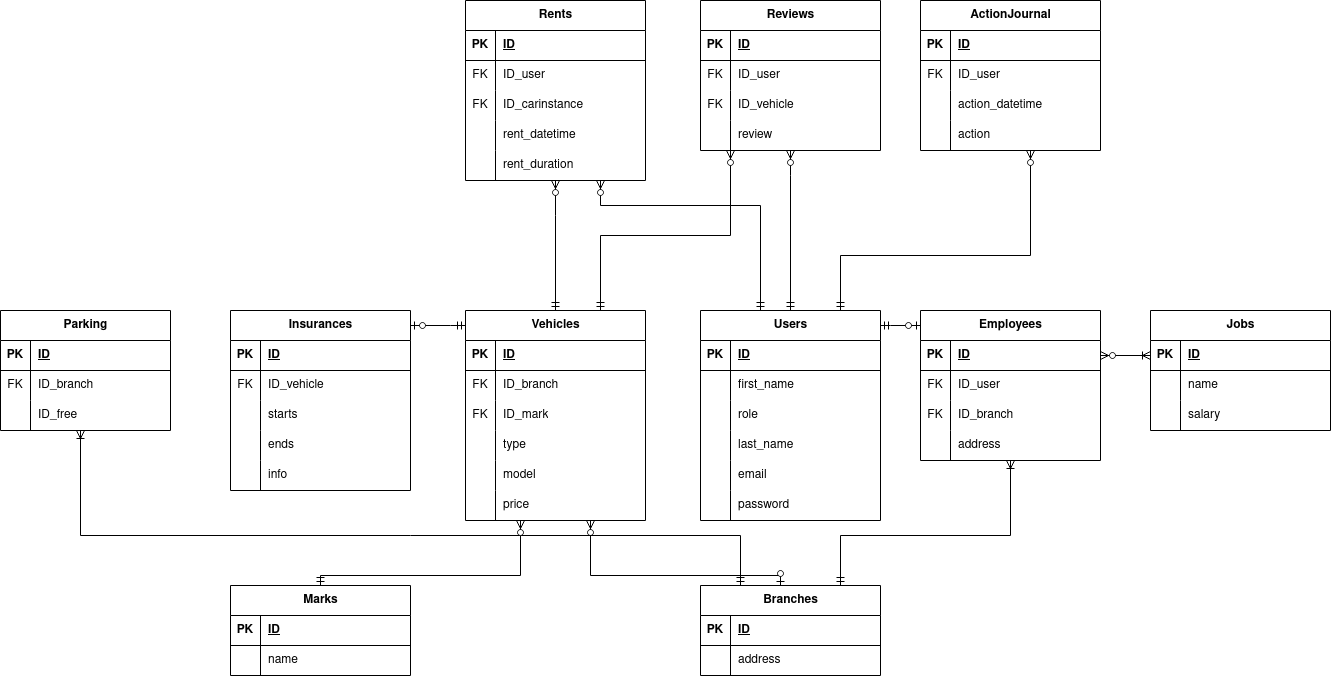
Earlier version of the draw.io export Entities.png (Ma3yTuK/CarRentDB). Source tidied: cells renumbered, new cells last; positions are measured from the earlier drawing's top-left corner, leaving out a move shared by most shapes.
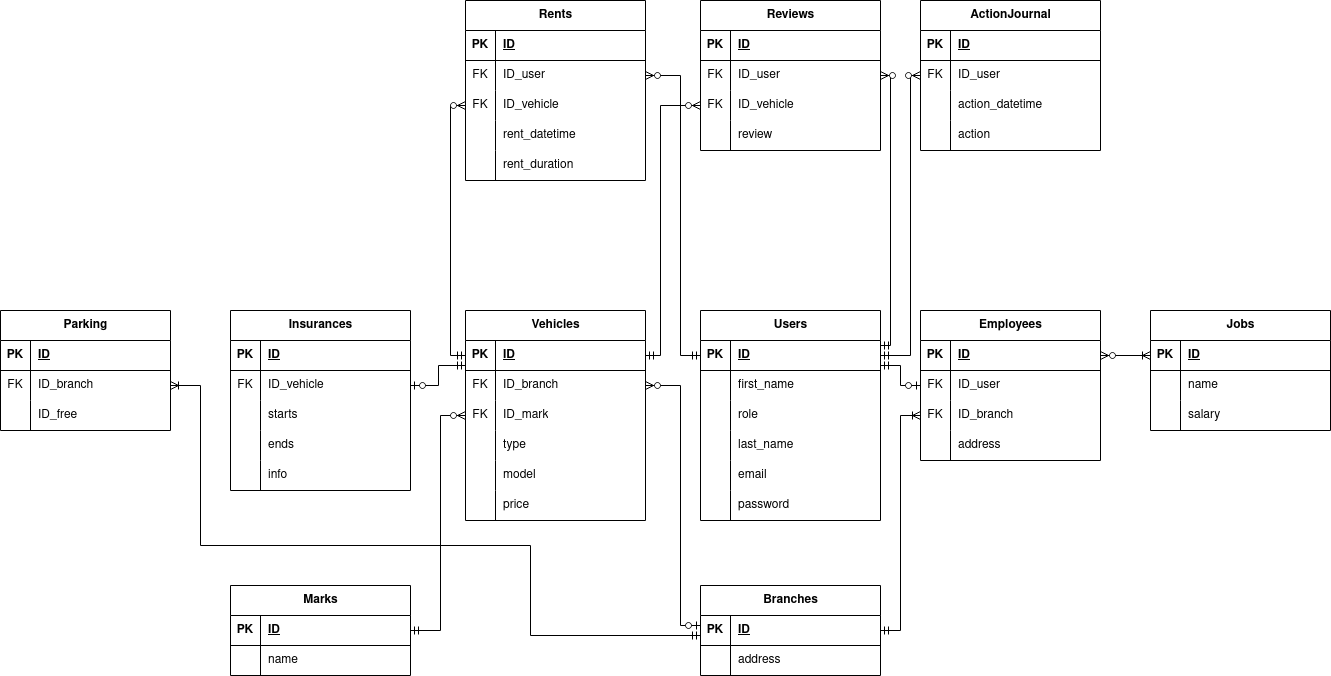
Later version of the same file.

The edit, as a diff of the source:
```diff
@@ -164,7 +164,7 @@
     <mxCell id="55" value="FK" style="shape=partialRectangle;fillColor=none;top=0;left=0;bottom=0;right=0;overflow=hidden;whiteSpace=wrap;html=1;" parent="54" vertex="1">
       <mxGeometry width="30" height="30" as="geometry" />
     </mxCell>
-    <mxCell id="56" value="ID_carinstance" style="shape=partialRectangle;fillColor=none;top=0;left=0;bottom=0;right=0;align=left;spacingLeft=6;overflow=hidden;whiteSpace=wrap;html=1;" parent="54" vertex="1">
+    <mxCell id="56" value="ID_vehicle" style="shape=partialRectangle;fillColor=none;top=0;left=0;bottom=0;right=0;align=left;spacingLeft=6;overflow=hidden;whiteSpace=wrap;html=1;" parent="54" vertex="1">
       <mxGeometry x="30" width="150" height="30" as="geometry" />
     </mxCell>
     <mxCell id="57" style="shape=tableRow;horizontal=0;startSize=0;swimlaneHead=0;swimlaneBody=0;fillColor=none;top=0;left=0;right=0;bottom=0;" parent="47" vertex="1">
@@ -272,27 +272,27 @@
     <mxCell id="91" value="ID_free" style="shape=partialRectangle;fillColor=none;top=0;left=0;bottom=0;right=0;align=left;spacingLeft=6;overflow=hidden;whiteSpace=wrap;html=1;" parent="89" vertex="1">
       <mxGeometry x="30" width="140" height="30" as="geometry" />
     </mxCell>
-    <mxCell id="92" style="fontSize=12;html=1;endArrow=ERzeroToMany;startArrow=ERmandOne;rounded=0;edgeStyle=orthogonalEdgeStyle;" parent="1" edge="1" source="15" target="60">
+    <mxCell id="92" style="fontSize=12;html=1;endArrow=ERzeroToMany;startArrow=ERmandOne;rounded=0;edgeStyle=orthogonalEdgeStyle;" parent="1" edge="1" source="16" target="51">
       <mxGeometry relative="1" as="geometry">
         <Array as="points">
-          <mxPoint x="760" y="205" />
-          <mxPoint x="600" y="205" />
+          <mxPoint x="680" y="355" />
+          <mxPoint x="680" y="75" />
         </Array>
       </mxGeometry>
     </mxCell>
-    <mxCell id="93" style="fontSize=12;html=1;endArrow=ERzeroToMany;startArrow=ERmandOne;rounded=0;edgeStyle=orthogonalEdgeStyle;" parent="1" edge="1" source="63" target="60">
+    <mxCell id="93" style="fontSize=12;html=1;endArrow=ERzeroToMany;startArrow=ERmandOne;rounded=0;edgeStyle=orthogonalEdgeStyle;" parent="1" edge="1" source="64" target="54">
       <mxGeometry relative="1" as="geometry">
         <Array as="points">
-          <mxPoint x="555" y="215" />
-          <mxPoint x="555" y="215" />
+          <mxPoint x="450" y="355" />
+          <mxPoint x="450" y="105" />
         </Array>
       </mxGeometry>
     </mxCell>
-    <mxCell id="94" style="fontSize=12;html=1;endArrow=ERzeroToMany;startArrow=ERmandOne;rounded=0;edgeStyle=orthogonalEdgeStyle;" parent="1" edge="1" source="15" target="44">
+    <mxCell id="94" style="fontSize=12;html=1;endArrow=ERzeroToMany;startArrow=ERmandOne;rounded=0;edgeStyle=orthogonalEdgeStyle;" parent="1" edge="1" source="16" target="38">
       <mxGeometry relative="1" as="geometry">
         <Array as="points">
-          <mxPoint x="840" y="255" />
-          <mxPoint x="1030" y="255" />
+          <mxPoint x="910" y="355" />
+          <mxPoint x="910" y="75" />
         </Array>
       </mxGeometry>
     </mxCell>
@@ -437,59 +437,61 @@
     <mxCell id="141" value="review" style="shape=partialRectangle;fillColor=none;top=0;left=0;bottom=0;right=0;align=left;spacingLeft=6;overflow=hidden;whiteSpace=wrap;html=1;" parent="139" vertex="1">
       <mxGeometry x="30" width="150" height="30" as="geometry" />
     </mxCell>
-    <mxCell id="142" style="fontSize=12;html=1;endArrow=ERzeroToMany;startArrow=ERmandOne;rounded=0;edgeStyle=orthogonalEdgeStyle;" parent="1" edge="1" source="15" target="139">
+    <mxCell id="142" style="fontSize=12;html=1;endArrow=ERzeroToMany;startArrow=ERmandOne;rounded=0;edgeStyle=orthogonalEdgeStyle;" parent="1" edge="1" source="16" target="133">
       <mxGeometry relative="1" as="geometry">
         <Array as="points">
-          <mxPoint x="790" y="175" />
-          <mxPoint x="790" y="175" />
+          <mxPoint x="890" y="345" />
+          <mxPoint x="890" y="75" />
         </Array>
       </mxGeometry>
     </mxCell>
-    <mxCell id="143" style="fontSize=12;html=1;endArrow=ERzeroToMany;startArrow=ERmandOne;rounded=0;edgeStyle=orthogonalEdgeStyle;" parent="1" edge="1" source="63" target="139">
+    <mxCell id="143" style="fontSize=12;html=1;endArrow=ERzeroToMany;startArrow=ERmandOne;rounded=0;edgeStyle=orthogonalEdgeStyle;" parent="1" edge="1" source="64" target="136">
       <mxGeometry relative="1" as="geometry">
         <Array as="points">
-          <mxPoint x="600" y="235" />
-          <mxPoint x="730" y="235" />
+          <mxPoint x="660" y="355" />
+          <mxPoint x="660" y="105" />
         </Array>
       </mxGeometry>
     </mxCell>
-    <mxCell id="144" style="edgeStyle=orthogonalEdgeStyle;fontSize=12;html=1;endArrow=ERzeroToMany;startArrow=ERzeroToOne;rounded=0;" parent="1" edge="1" source="95" target="79">
+    <mxCell id="144" style="edgeStyle=orthogonalEdgeStyle;fontSize=12;html=1;endArrow=ERzeroToMany;startArrow=ERzeroToOne;rounded=0;" parent="1" edge="1" source="96" target="67">
       <mxGeometry relative="1" as="geometry">
         <Array as="points">
-          <mxPoint x="780" y="575" />
-          <mxPoint x="590" y="575" />
+          <mxPoint x="680" y="625" />
+          <mxPoint x="680" y="385" />
         </Array>
       </mxGeometry>
     </mxCell>
-    <mxCell id="145" style="edgeStyle=orthogonalEdgeStyle;fontSize=12;html=1;endArrow=ERoneToMany;startArrow=ERmandOne;rounded=0;" parent="1" edge="1" source="95" target="12">
+    <mxCell id="145" style="edgeStyle=orthogonalEdgeStyle;fontSize=12;html=1;endArrow=ERoneToMany;startArrow=ERmandOne;rounded=0;" parent="1" edge="1" source="96" target="9">
       <mxGeometry relative="1" as="geometry">
         <Array as="points">
-          <mxPoint x="840" y="535" />
-          <mxPoint x="1010" y="535" />
+          <mxPoint x="900" y="630" />
+          <mxPoint x="900" y="415" />
         </Array>
       </mxGeometry>
     </mxCell>
-    <mxCell id="146" style="edgeStyle=orthogonalEdgeStyle;fontSize=12;html=1;endArrow=ERoneToMany;startArrow=ERmandOne;rounded=0;" parent="1" edge="1" source="95" target="89">
+    <mxCell id="146" style="edgeStyle=orthogonalEdgeStyle;fontSize=12;html=1;endArrow=ERoneToMany;startArrow=ERmandOne;rounded=0;" parent="1" edge="1" source="96" target="86">
       <mxGeometry relative="1" as="geometry">
         <Array as="points">
-          <mxPoint x="740" y="535" />
-          <mxPoint x="80" y="535" />
+          <mxPoint x="530" y="635" />
+          <mxPoint x="530" y="545" />
+          <mxPoint x="200" y="545" />
+          <mxPoint x="200" y="385" />
         </Array>
       </mxGeometry>
     </mxCell>
-    <mxCell id="147" style="edgeStyle=orthogonalEdgeStyle;fontSize=12;html=1;endArrow=ERzeroToOne;startArrow=ERmandOne;rounded=0;" parent="1" edge="1" source="15" target="2">
+    <mxCell id="147" style="edgeStyle=orthogonalEdgeStyle;fontSize=12;html=1;endArrow=ERzeroToOne;startArrow=ERmandOne;rounded=0;" parent="1" edge="1" source="16" target="6">
       <mxGeometry relative="1" as="geometry">
         <Array as="points">
-          <mxPoint x="890" y="325" />
-          <mxPoint x="890" y="325" />
+          <mxPoint x="900" y="365" />
+          <mxPoint x="900" y="385" />
         </Array>
       </mxGeometry>
     </mxCell>
-    <mxCell id="148" style="edgeStyle=orthogonalEdgeStyle;fontSize=12;html=1;endArrow=ERzeroToOne;startArrow=ERmandOne;rounded=0;" parent="1" edge="1" source="63" target="113">
+    <mxCell id="148" style="edgeStyle=orthogonalEdgeStyle;fontSize=12;html=1;endArrow=ERzeroToOne;startArrow=ERmandOne;rounded=0;" parent="1" edge="1" source="64" target="117">
       <mxGeometry relative="1" as="geometry">
         <Array as="points">
-          <mxPoint x="450" y="325" />
-          <mxPoint x="450" y="325" />
+          <mxPoint x="438" y="365" />
+          <mxPoint x="438" y="385" />
         </Array>
       </mxGeometry>
     </mxCell>
@@ -514,11 +516,11 @@
     <mxCell id="155" value="name" style="shape=partialRectangle;fillColor=none;top=0;left=0;bottom=0;right=0;align=left;spacingLeft=6;overflow=hidden;whiteSpace=wrap;html=1;" parent="153" vertex="1">
       <mxGeometry x="30" width="150" height="30" as="geometry" />
     </mxCell>
-    <mxCell id="156" style="fontSize=12;html=1;endArrow=ERzeroToMany;startArrow=ERmandOne;rounded=0;edgeStyle=orthogonalEdgeStyle;" parent="1" edge="1" source="149" target="79">
+    <mxCell id="156" style="fontSize=12;html=1;endArrow=ERzeroToMany;startArrow=ERmandOne;rounded=0;edgeStyle=orthogonalEdgeStyle;" parent="1" edge="1" source="149" target="70">
       <mxGeometry relative="1" as="geometry">
         <Array as="points">
-          <mxPoint x="320" y="575" />
-          <mxPoint x="520" y="575" />
+          <mxPoint x="440" y="630" />
+          <mxPoint x="440" y="415" />
         </Array>
       </mxGeometry>
     </mxCell>
```
